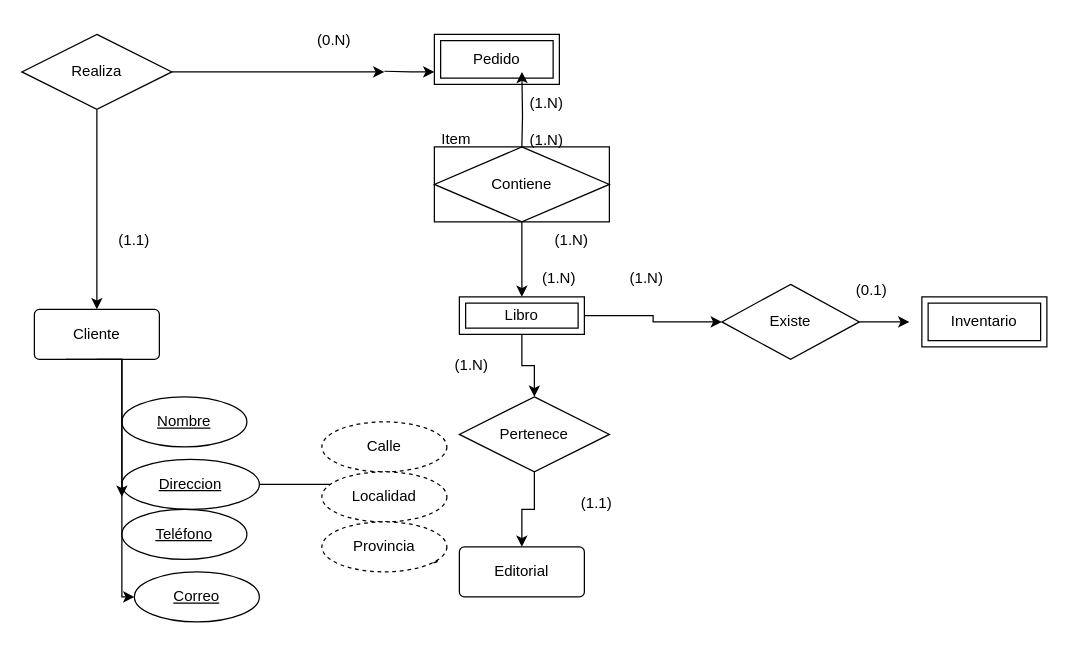
Above: db/modelo.drawio in Sergio-Tolaba/ds_ej (draw.io), before the change. Source tidied: cells renumbered, new cells numbered last; positions are measured from the earlier drawing's top-left corner, leaving out a move shared by most shapes. Both pictures are drawn from the tidied source at 125%, with x=0, y=0 at pixel (21, 21).
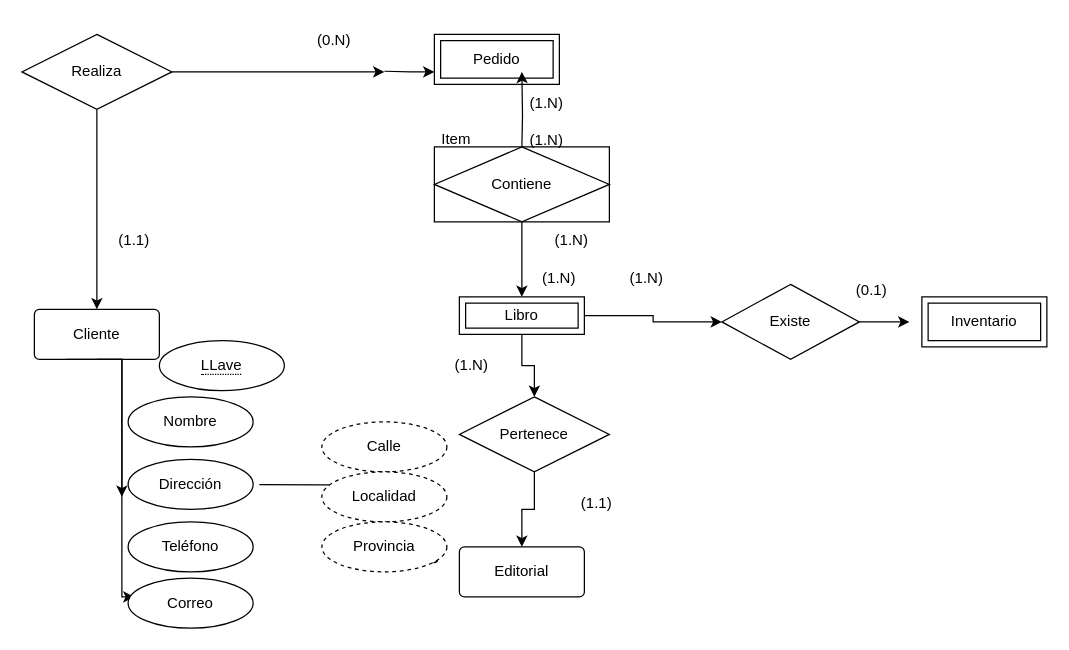
The same diagram, later.

Commit message:
Atributo Llave subrrayado: modelo.drawio

The change refers to these unchanged cells:
```xml
<mxCell id="2" value="Cliente" style="rounded=1;arcSize=10;whiteSpace=wrap;html=1;align=center;" parent="1" vertex="1">
  <mxGeometry x="10" y="230" width="100" height="40" as="geometry" />
</mxCell>
<mxCell id="42" value="Provincia" style="ellipse;whiteSpace=wrap;html=1;align=center;dashed=1;" parent="1" vertex="1">
  <mxGeometry x="240" y="400" width="100" height="40" as="geometry" />
</mxCell>
```

Change to the diagram source:
```diff
@@
-    <mxCell id="33" value="Nombre" style="ellipse;whiteSpace=wrap;html=1;align=center;fontStyle=4;" parent="1" vertex="1">
-      <mxGeometry x="80" y="300" width="100" height="40" as="geometry" />
-    </mxCell>
-    <mxCell id="34" style="edgeStyle=orthogonalEdgeStyle;rounded=0;jettySize=auto;html=1;" parent="1" edge="1" source="35" target="42">
-      <mxGeometry relative="1" as="geometry" />
+    <mxCell id="34" style="edgeStyle=orthogonalEdgeStyle;rounded=0;jettySize=auto;html=1;" parent="1" edge="1" target="42">
+      <mxGeometry relative="1" as="geometry">
+        <mxPoint x="190" y="370.1" as="sourcePoint" />
+      </mxGeometry>
     </mxCell>
-    <mxCell id="35" value="Direccion" style="ellipse;whiteSpace=wrap;html=1;align=center;fontStyle=4;" parent="1" vertex="1">
-      <mxGeometry x="80" y="350" width="110" height="40" as="geometry" />
-    </mxCell>
-    <mxCell id="36" value="Correo" style="ellipse;whiteSpace=wrap;html=1;align=center;fontStyle=4;" parent="1" vertex="1">
-      <mxGeometry x="90" y="440" width="100" height="40" as="geometry" />
-    </mxCell>
-    <mxCell id="37" value="Teléfono" style="ellipse;whiteSpace=wrap;html=1;align=center;fontStyle=4;" parent="1" vertex="1">
-      <mxGeometry x="80" y="390" width="100" height="40" as="geometry" />
-    </mxCell>
-    <mxCell id="38" style="edgeStyle=orthogonalEdgeStyle;rounded=0;jettySize=auto;html=1;exitX=0.25;exitY=1;exitDx=0;exitDy=0;entryX=0;entryY=0.75;entryDx=0;entryDy=0;entryPerimeter=0;" parent="1" edge="1" source="2" target="35">
+    <mxCell id="38" style="edgeStyle=orthogonalEdgeStyle;rounded=0;jettySize=auto;html=1;exitX=0.25;exitY=1;exitDx=0;exitDy=0;entryX=0;entryY=0.75;entryDx=0;entryDy=0;entryPerimeter=0;" parent="1" edge="1" source="2">
       <mxGeometry relative="1" as="geometry">
+        <mxPoint x="80" y="380" as="targetPoint" />
         <Array as="points">
           <mxPoint x="80" y="270" />
         </Array>
       </mxGeometry>
     </mxCell>
-    <mxCell id="39" style="edgeStyle=orthogonalEdgeStyle;rounded=0;jettySize=auto;html=1;entryX=0;entryY=0.5;entryDx=0;entryDy=0;" parent="1" edge="1" target="36">
+    <mxCell id="39" style="edgeStyle=orthogonalEdgeStyle;rounded=0;orthogonalLoop=1;jettySize=auto;html=1;entryX=0;entryY=0.5;entryDx=0;entryDy=0;" parent="1" edge="1">
       <mxGeometry relative="1" as="geometry">
         <mxPoint x="60" y="270" as="sourcePoint" />
+        <mxPoint x="90" y="460" as="targetPoint" />
         <Array as="points">
           <mxPoint x="80" y="270" />
           <mxPoint x="80" y="460" />
         </Array>
       </mxGeometry>
     </mxCell>
@@
+    <mxCell id="43" value="&lt;span style=&quot;border-bottom: 1px dotted&quot;&gt;LLave&lt;/span&gt;" style="ellipse;whiteSpace=wrap;html=1;align=center;" parent="1" vertex="1">
+      <mxGeometry x="110" y="255" width="100" height="40" as="geometry" />
+    </mxCell>
+    <mxCell id="33" value="Nombre" style="ellipse;whiteSpace=wrap;html=1;align=center;" parent="1" vertex="1">
+      <mxGeometry x="85" y="300" width="100" height="40" as="geometry" />
+    </mxCell>
+    <mxCell id="44" value="Dirección" style="ellipse;whiteSpace=wrap;html=1;align=center;" parent="1" vertex="1">
+      <mxGeometry x="85" y="350" width="100" height="40" as="geometry" />
+    </mxCell>
+    <mxCell id="37" value="Teléfono" style="ellipse;whiteSpace=wrap;html=1;align=center;" parent="1" vertex="1">
+      <mxGeometry x="85" y="400" width="100" height="40" as="geometry" />
+    </mxCell>
+    <mxCell id="36" value="Correo" style="ellipse;whiteSpace=wrap;html=1;align=center;" parent="1" vertex="1">
+      <mxGeometry x="85" y="445" width="100" height="40" as="geometry" />
+    </mxCell>
```
